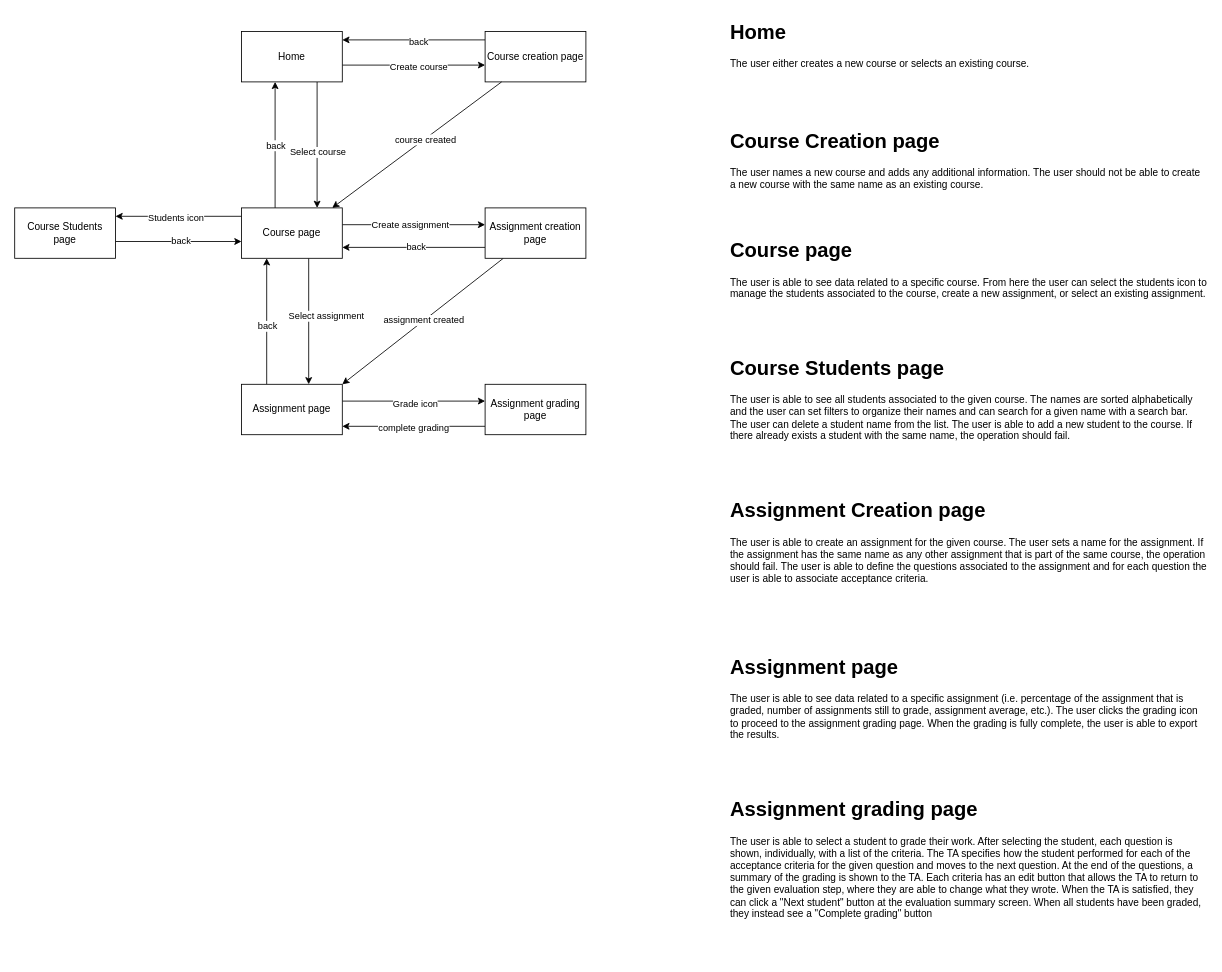
Jacques-Philippe/gradekit keeps this draw.io diagram as page "UI Flow" (2 of 3) of application-diagram.drawio. Above is the earlier version. Source tidied: cells renumbered, new cells numbered last; positions are measured from the earlier drawing's top-left corner, leaving out a move shared by most shapes. Both pictures are drawn from the tidied source at 84%, with x=0, y=0 at pixel (14, 14).
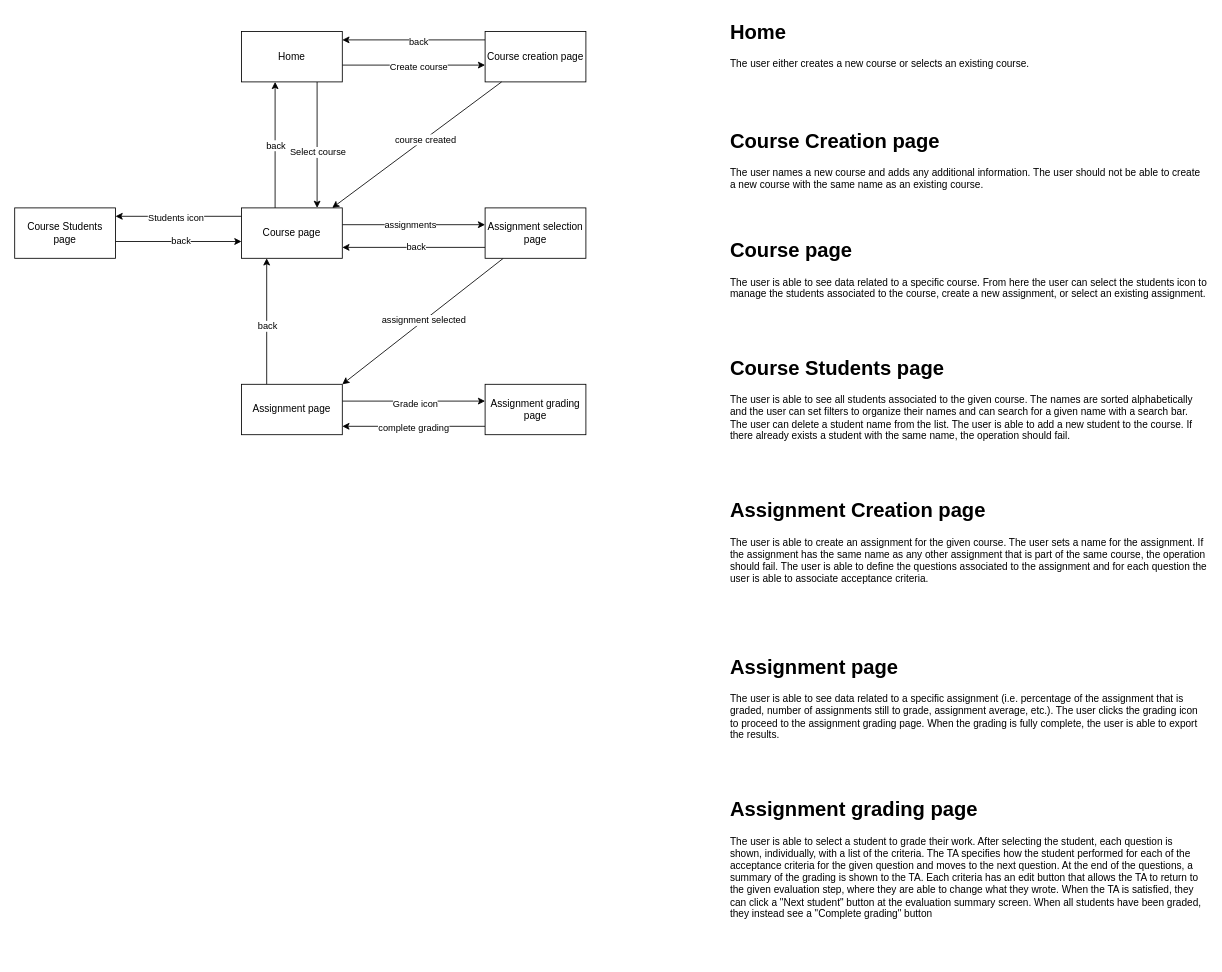
The same page after the edit.

The change refers to these unchanged cells:
```xml
<mxCell id="7" style="edgeStyle=orthogonalEdgeStyle;rounded=0;orthogonalLoop=1;jettySize=auto;html=1;entryX=0;entryY=0.5;entryDx=0;entryDy=0;" parent="1" edge="1">
  <mxGeometry relative="1" as="geometry">
    <mxPoint x="390" y="250" as="sourcePoint" />
    <mxPoint x="560" y="250" as="targetPoint" />
  </mxGeometry>
</mxCell>
<mxCell id="19" style="rounded=0;jettySize=auto;html=1;entryX=1;entryY=0;entryDx=0;entryDy=0;" parent="1" edge="1" source="23" target="30">
  <mxGeometry relative="1" as="geometry" />
</mxCell>
```

Diff of the diagram source:
```diff
@@
-    <mxCell id="8" value="Create assignment" style="edgeLabel;html=1;align=center;verticalAlign=middle;" parent="7" vertex="1">
+    <mxCell id="8" value="assignments" style="edgeLabel;html=1;align=center;verticalAlign=middle;" parent="7" vertex="1">
       <mxGeometry x="-0.06" y="1" relative="1" as="geometry" />
     </mxCell>
-    <mxCell id="9" style="edgeStyle=orthogonalEdgeStyle;rounded=0;orthogonalLoop=1;jettySize=auto;html=1;entryX=0.5;entryY=0;entryDx=0;entryDy=0;" parent="1" edge="1">
-      <mxGeometry relative="1" as="geometry">
-        <mxPoint x="350" y="290" as="sourcePoint" />
-        <mxPoint x="350" y="440" as="targetPoint" />
-      </mxGeometry>
-    </mxCell>
-    <mxCell id="10" value="Select assignment" style="edgeLabel;html=1;align=center;verticalAlign=middle;" parent="9" vertex="1">
-      <mxGeometry x="0.04" relative="1" as="geometry">
-        <mxPoint x="20" y="-10" as="offset" />
-      </mxGeometry>
-    </mxCell>
@@
-    <mxCell id="20" value="assignment created" style="edgeLabel;html=1;align=center;verticalAlign=middle;" parent="19" vertex="1">
+    <mxCell id="20" value="assignment selected" style="edgeLabel;html=1;align=center;verticalAlign=middle;" parent="19" vertex="1">
       <mxGeometry x="-0.01" y="-1" relative="1" as="geometry" />
     </mxCell>
@@
-    <mxCell id="23" value="Assignment creation page" style="rounded=0;whiteSpace=wrap;html=1;" parent="1" vertex="1">
+    <mxCell id="23" value="Assignment selection page" style="rounded=0;whiteSpace=wrap;html=1;" parent="1" vertex="1">
       <mxGeometry x="560" y="230" width="120" height="60" as="geometry" />
     </mxCell>
```
